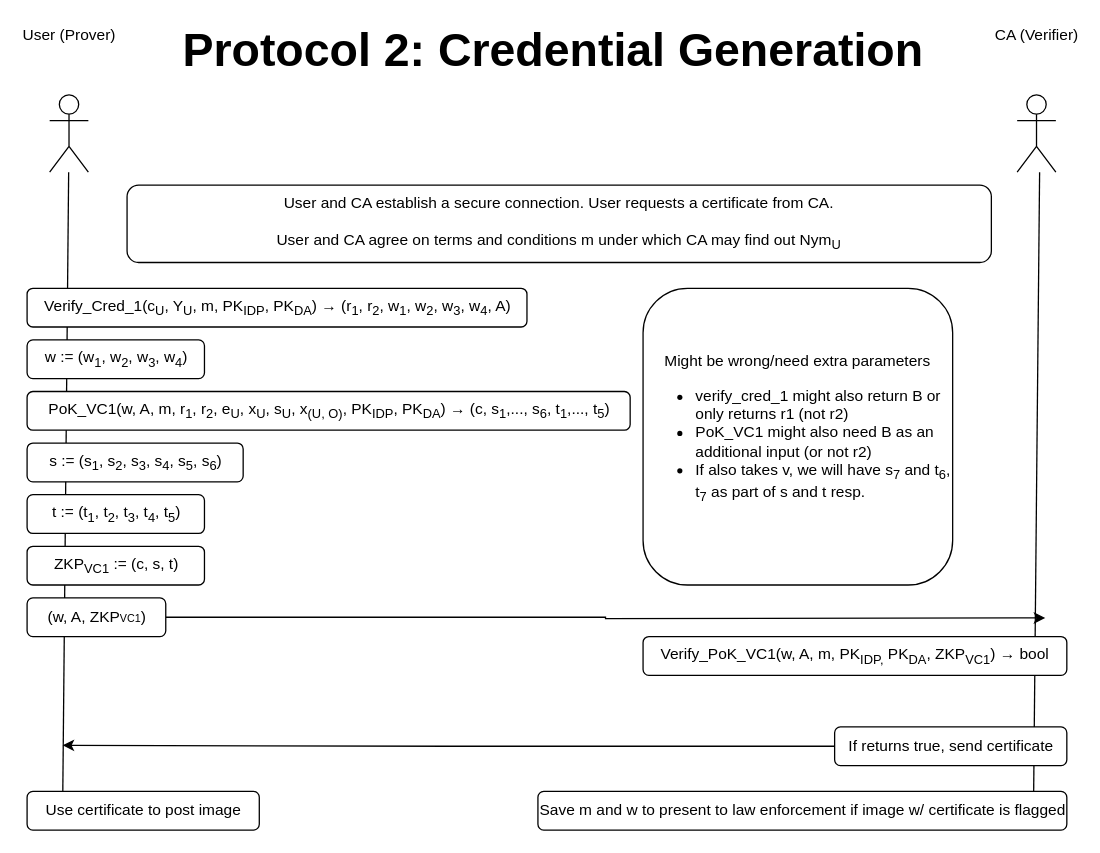
JacobGorman613/cl-api keeps this draw.io diagram as page "Cred Vf" (4 of 5) of doc/Updated Protocols.drawio. Above is the earlier version. Source tidied: cells renumbered, new cells numbered last; positions are measured from the earlier drawing's top-left corner, leaving out a move shared by most shapes. Both pictures are drawn from the tidied source at 129%, with x=0, y=0 at pixel (26, 30).
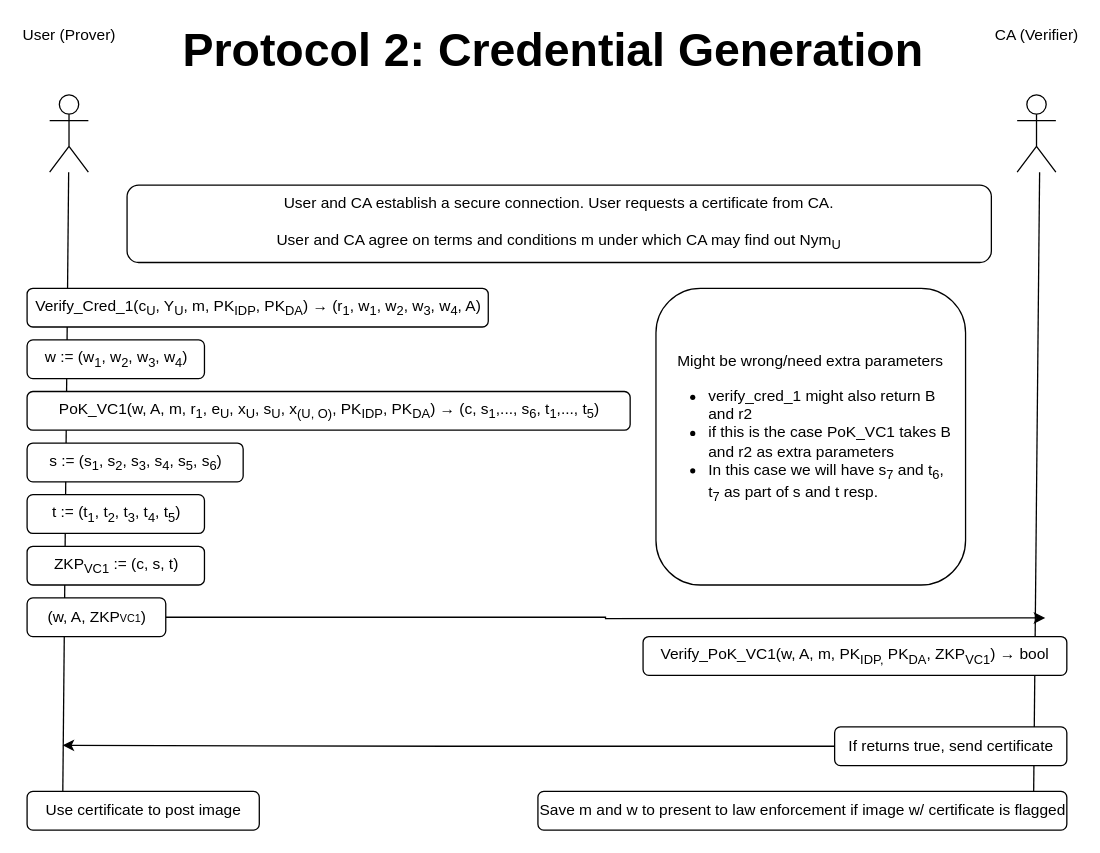
The same page after the edit.

The edit, as a diff of the source:
```diff
@@
-    <mxCell id="8" value="PoK_VC1(w, A, m, r&lt;sub&gt;1&lt;/sub&gt;, r&lt;sub&gt;2&lt;/sub&gt;, e&lt;sub&gt;U&lt;/sub&gt;, x&lt;sub&gt;U&lt;/sub&gt;, s&lt;sub&gt;U&lt;/sub&gt;, x&lt;sub&gt;(U, O)&lt;/sub&gt;,&amp;nbsp;PK&lt;sub&gt;IDP&lt;/sub&gt;, PK&lt;sub&gt;DA&lt;/sub&gt;)&amp;nbsp;→&amp;nbsp;(c, s&lt;sub&gt;1&lt;/sub&gt;,..., s&lt;sub&gt;6&lt;/sub&gt;, t&lt;sub&gt;1&lt;/sub&gt;,..., t&lt;sub&gt;5&lt;/sub&gt;)" style="rounded=1;whiteSpace=wrap;html=1;" parent="1" vertex="1">
+    <mxCell id="8" value="PoK_VC1(w, A, m, r&lt;sub&gt;1&lt;/sub&gt;, e&lt;sub&gt;U&lt;/sub&gt;, x&lt;sub&gt;U&lt;/sub&gt;, s&lt;sub&gt;U&lt;/sub&gt;, x&lt;sub&gt;(U, O)&lt;/sub&gt;,&amp;nbsp;PK&lt;sub&gt;IDP&lt;/sub&gt;, PK&lt;sub&gt;DA&lt;/sub&gt;)&amp;nbsp;→&amp;nbsp;(c, s&lt;sub&gt;1&lt;/sub&gt;,..., s&lt;sub&gt;6&lt;/sub&gt;, t&lt;sub&gt;1&lt;/sub&gt;,..., t&lt;sub&gt;5&lt;/sub&gt;)" style="rounded=1;whiteSpace=wrap;html=1;" parent="1" vertex="1">
       <mxGeometry x="0.5" y="280" width="467.5" height="30" as="geometry" />
     </mxCell>
@@
-    <mxCell id="10" value="Verify_Cred_1(c&lt;sub&gt;U&lt;/sub&gt;, Y&lt;sub&gt;U&lt;/sub&gt;, m, PK&lt;sub&gt;IDP&lt;/sub&gt;, PK&lt;sub&gt;DA&lt;/sub&gt;)&amp;nbsp;→ (r&lt;sub&gt;1&lt;/sub&gt;, r&lt;sub&gt;2&lt;/sub&gt;, w&lt;sub&gt;1&lt;/sub&gt;, w&lt;sub&gt;2&lt;/sub&gt;, w&lt;sub&gt;3&lt;/sub&gt;, w&lt;sub&gt;4&lt;/sub&gt;, A)" style="rounded=1;whiteSpace=wrap;html=1;" parent="1" vertex="1">
-      <mxGeometry x="0.5" y="200" width="387.5" height="30" as="geometry" />
+    <mxCell id="10" value="Verify_Cred_1(c&lt;sub&gt;U&lt;/sub&gt;, Y&lt;sub&gt;U&lt;/sub&gt;, m, PK&lt;sub&gt;IDP&lt;/sub&gt;, PK&lt;sub&gt;DA&lt;/sub&gt;)&amp;nbsp;→ (r&lt;sub&gt;1&lt;/sub&gt;, w&lt;sub&gt;1&lt;/sub&gt;, w&lt;sub&gt;2&lt;/sub&gt;, w&lt;sub&gt;3&lt;/sub&gt;, w&lt;sub&gt;4&lt;/sub&gt;, A)" style="rounded=1;whiteSpace=wrap;html=1;" parent="1" vertex="1">
+      <mxGeometry x="0.5" y="200" width="357.5" height="30" as="geometry" />
     </mxCell>
@@
-    <mxCell id="21" value="Might be wrong/need extra parameters&lt;br&gt;&lt;ul&gt;&lt;li style=&quot;text-align: left;&quot;&gt;verify_cred_1 might also return B or only returns r1 (not r2)&lt;/li&gt;&lt;li style=&quot;text-align: left;&quot;&gt;PoK_VC1 might also need B as an additional input (or not r2)&lt;/li&gt;&lt;li style=&quot;text-align: left;&quot;&gt;If also takes v, we will have s&lt;sub&gt;7&lt;/sub&gt;&amp;nbsp;and t&lt;sub&gt;6&lt;/sub&gt;, t&lt;sub&gt;7&lt;/sub&gt;&amp;nbsp;as part of s and t resp.&lt;/li&gt;&lt;/ul&gt;" style="rounded=1;whiteSpace=wrap;html=1;" parent="1" vertex="1">
-      <mxGeometry x="478" y="200" width="240" height="230" as="geometry" />
+    <mxCell id="21" value="Might be wrong/need extra parameters&lt;br&gt;&lt;ul&gt;&lt;li style=&quot;text-align: left;&quot;&gt;verify_cred_1 might also return B and r2&lt;/li&gt;&lt;li style=&quot;text-align: left;&quot;&gt;if this is the case PoK_VC1 takes B and r2 as extra parameters&lt;/li&gt;&lt;li style=&quot;text-align: left;&quot;&gt;In this case we will have s&lt;sub&gt;7&lt;/sub&gt;&amp;nbsp;and t&lt;sub&gt;6&lt;/sub&gt;, t&lt;sub&gt;7&lt;/sub&gt;&amp;nbsp;as part of s and t resp.&lt;/li&gt;&lt;/ul&gt;" style="rounded=1;whiteSpace=wrap;html=1;" parent="1" vertex="1">
+      <mxGeometry x="488" y="200" width="240" height="230" as="geometry" />
     </mxCell>
```
